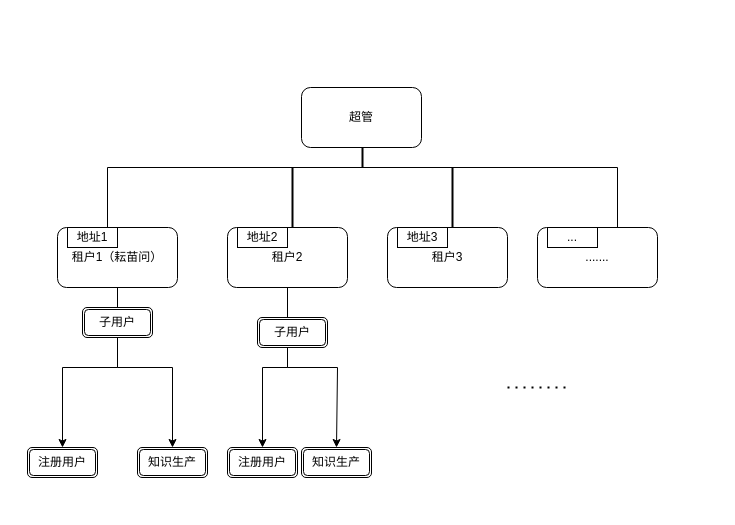
Above: 0715.drawio in yzy1421/Amateur-women-basketball-in-China (draw.io), before the change. Source tidied: cells renumbered, new cells numbered last; positions are measured from the earlier drawing's top-left corner, leaving out a move shared by most shapes. Both pictures are drawn from the tidied source at 100%, with x=0, y=0 at pixel (27, 87).
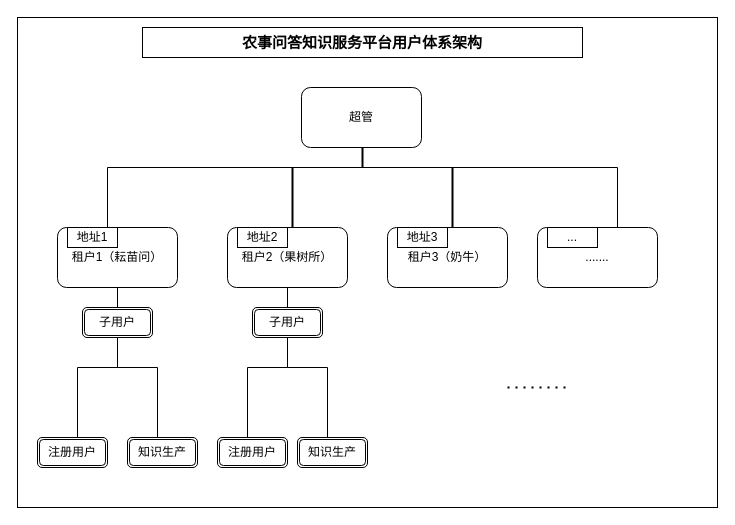
After the change.

Unchanged cells that the change refers to:
```xml
<mxCell id="6" value="租户1（耘苗问）" style="rounded=1;whiteSpace=wrap;html=1;" parent="1" vertex="1">
  <mxGeometry x="30" y="140" width="120" height="60" as="geometry" />
</mxCell>
```

What changed in the source:
```diff
@@
+    <mxCell id="26" style="rounded=0;whiteSpace=wrap;html=1;" parent="1" vertex="1">
+      <mxGeometry x="-10" y="-70" width="700" height="490" as="geometry" />
+    </mxCell>
@@
-    <mxCell id="3" value="租户2" style="rounded=1;whiteSpace=wrap;html=1;" parent="1" vertex="1">
+    <mxCell id="3" value="租户2（果树所）" style="rounded=1;whiteSpace=wrap;html=1;" parent="1" vertex="1">
       <mxGeometry x="200" y="140" width="120" height="60" as="geometry" />
     </mxCell>
     <mxCell id="4" style="edgeStyle=orthogonalEdgeStyle;rounded=0;jettySize=auto;html=1;exitX=0.5;exitY=1;exitDx=0;exitDy=0;entryX=0.5;entryY=0;entryDx=0;entryDy=0;" parent="1" edge="1" source="6" target="17">
-      <mxGeometry relative="1" as="geometry" />
+      <mxGeometry relative="1" as="geometry">
+        <Array as="points">
+          <mxPoint x="90" y="280" />
+          <mxPoint x="50" y="280" />
+          <mxPoint x="50" y="360" />
+        </Array>
+      </mxGeometry>
     </mxCell>
     <mxCell id="5" style="edgeStyle=orthogonalEdgeStyle;rounded=0;jettySize=auto;html=1;exitX=0.5;exitY=1;exitDx=0;exitDy=0;entryX=0.5;entryY=0;entryDx=0;entryDy=0;" parent="1" edge="1" source="6" target="18">
-      <mxGeometry relative="1" as="geometry" />
+      <mxGeometry relative="1" as="geometry">
+        <Array as="points">
+          <mxPoint x="90" y="280" />
+          <mxPoint x="130" y="280" />
+          <mxPoint x="130" y="360" />
+        </Array>
+      </mxGeometry>
     </mxCell>
@@
-    <mxCell id="7" value="租户3" style="rounded=1;whiteSpace=wrap;html=1;" parent="1" vertex="1">
+    <mxCell id="7" value="租户3（奶牛）" style="rounded=1;whiteSpace=wrap;html=1;" parent="1" vertex="1">
       <mxGeometry x="360" y="140" width="120" height="60" as="geometry" />
     </mxCell>
@@
     <mxCell id="17" value="注册用户" style="shape=ext;double=1;rounded=1;whiteSpace=wrap;html=1;" parent="1" vertex="1">
-      <mxGeometry y="360" width="70" height="30" as="geometry" />
+      <mxGeometry x="10" y="350" width="70" height="30" as="geometry" />
     </mxCell>
     <mxCell id="18" value="知识生产" style="shape=ext;double=1;rounded=1;whiteSpace=wrap;html=1;" parent="1" vertex="1">
-      <mxGeometry x="110" y="360" width="70" height="30" as="geometry" />
+      <mxGeometry x="100" y="350" width="70" height="30" as="geometry" />
     </mxCell>
@@
     <mxCell id="20" style="edgeStyle=orthogonalEdgeStyle;rounded=0;jettySize=auto;html=1;exitX=0.5;exitY=1;exitDx=0;exitDy=0;entryX=0.5;entryY=0;entryDx=0;entryDy=0;" parent="1" edge="1" source="3" target="22">
       <mxGeometry relative="1" as="geometry">
         <Array as="points">
           <mxPoint x="260" y="280" />
-          <mxPoint x="235" y="280" />
+          <mxPoint x="220" y="280" />
+          <mxPoint x="220" y="360" />
+          <mxPoint x="225" y="360" />
         </Array>
       </mxGeometry>
     </mxCell>
     <mxCell id="21" style="edgeStyle=orthogonalEdgeStyle;rounded=0;jettySize=auto;html=1;entryX=0.5;entryY=0;entryDx=0;entryDy=0;" parent="1" edge="1" target="23">
       <mxGeometry relative="1" as="geometry">
         <mxPoint x="260" y="200" as="sourcePoint" />
         <Array as="points">
           <mxPoint x="260" y="280" />
-          <mxPoint x="310" y="280" />
-          <mxPoint x="310" y="360" />
+          <mxPoint x="300" y="280" />
+          <mxPoint x="300" y="360" />
+          <mxPoint x="305" y="360" />
         </Array>
       </mxGeometry>
     </mxCell>
     <mxCell id="22" value="注册用户" style="shape=ext;double=1;rounded=1;whiteSpace=wrap;html=1;" parent="1" vertex="1">
-      <mxGeometry x="200" y="360" width="70" height="30" as="geometry" />
+      <mxGeometry x="190" y="350" width="70" height="30" as="geometry" />
     </mxCell>
     <mxCell id="23" value="知识生产" style="shape=ext;double=1;rounded=1;whiteSpace=wrap;html=1;" parent="1" vertex="1">
-      <mxGeometry x="274" y="360" width="70" height="30" as="geometry" />
+      <mxGeometry x="270" y="350" width="70" height="30" as="geometry" />
     </mxCell>
     <mxCell id="24" value="子用户" style="shape=ext;double=1;rounded=1;whiteSpace=wrap;html=1;" parent="1" vertex="1">
-      <mxGeometry x="230" y="230" width="70" height="30" as="geometry" />
+      <mxGeometry x="225" y="220" width="70" height="30" as="geometry" />
     </mxCell>
@@
+    <mxCell id="27" value="&lt;b&gt;&lt;font style=&quot;font-size: 15px;&quot;&gt;农事问答知识服务平台用户体系架构&lt;/font&gt;&lt;/b&gt;" style="rounded=0;whiteSpace=wrap;html=1;" parent="1" vertex="1">
+      <mxGeometry x="115" y="-60" width="440" height="30" as="geometry" />
+    </mxCell>
```
